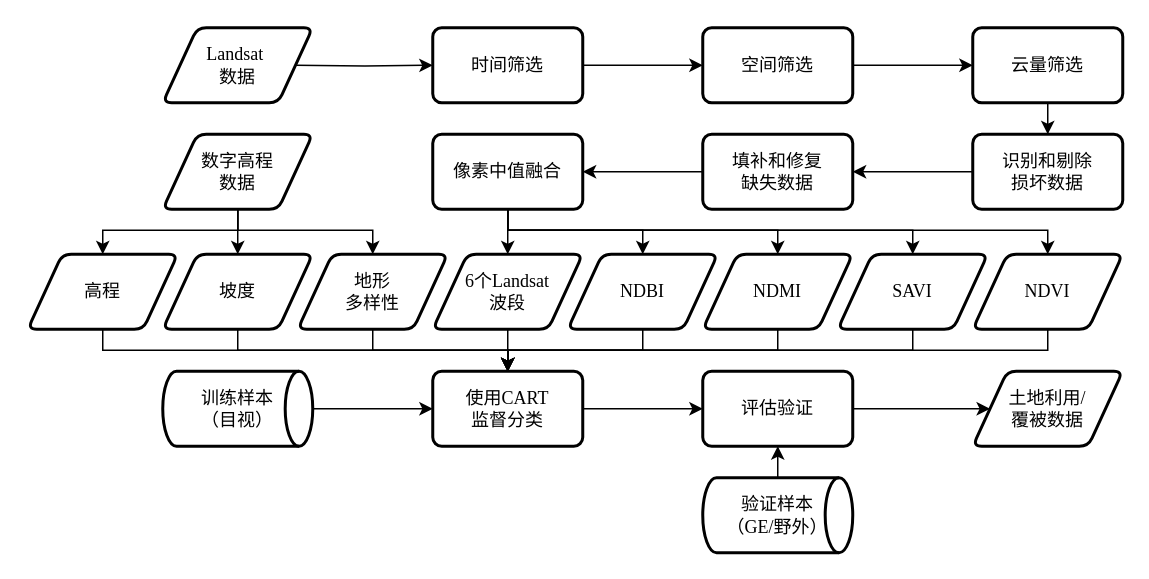
THRILLERLEMON/Draw.IO keeps this draw.io diagram as LCmake.drawio. Above is the earlier version. Source tidied: cells renumbered, new cells numbered last; positions are measured from the earlier drawing's top-left corner, leaving out a move shared by most shapes. Both pictures are drawn from the tidied source at 150%, with x=0, y=0 at pixel (27, 27).
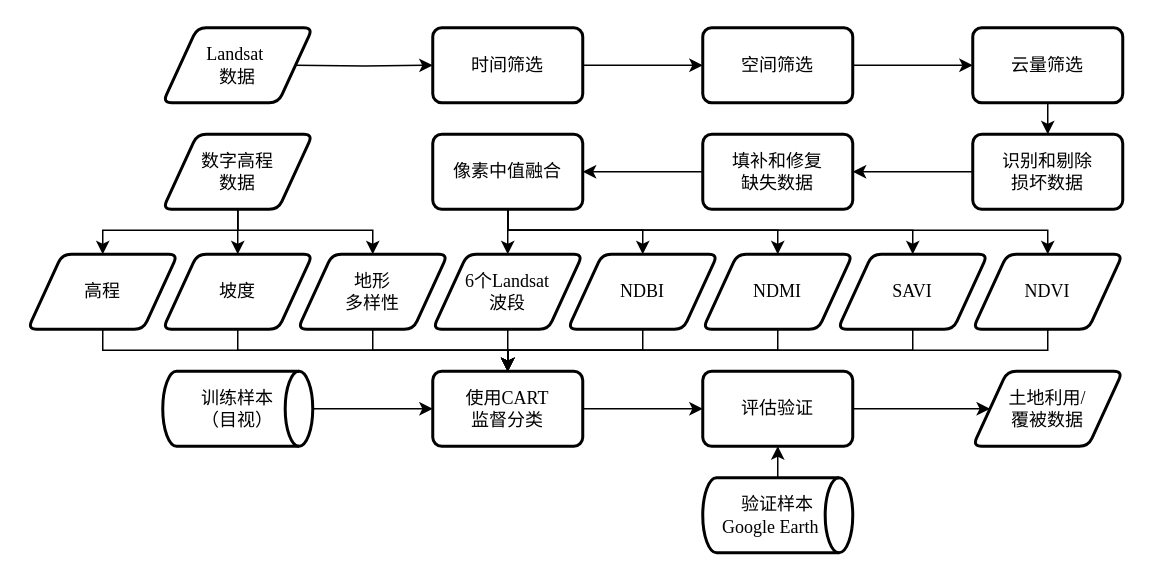
The same diagram, later.

The edit, as a diff of the source:
```diff
@@
-    <mxCell id="44" value="验证样本&lt;br style=&quot;font-size: 12px;&quot;&gt;（GE/野外）" style="strokeWidth=2;html=1;shape=mxgraph.flowchart.direct_data;whiteSpace=wrap;fontFamily=Times New Roman;fontSize=12;" parent="1" vertex="1">
+    <mxCell id="44" value="验证样本&lt;br style=&quot;font-size: 12px&quot;&gt;Google Earth&amp;nbsp; &amp;nbsp;" style="strokeWidth=2;html=1;shape=mxgraph.flowchart.direct_data;whiteSpace=wrap;fontFamily=Times New Roman;fontSize=12;" parent="1" vertex="1">
       <mxGeometry x="450" y="300" width="100" height="50" as="geometry" />
     </mxCell>
```
